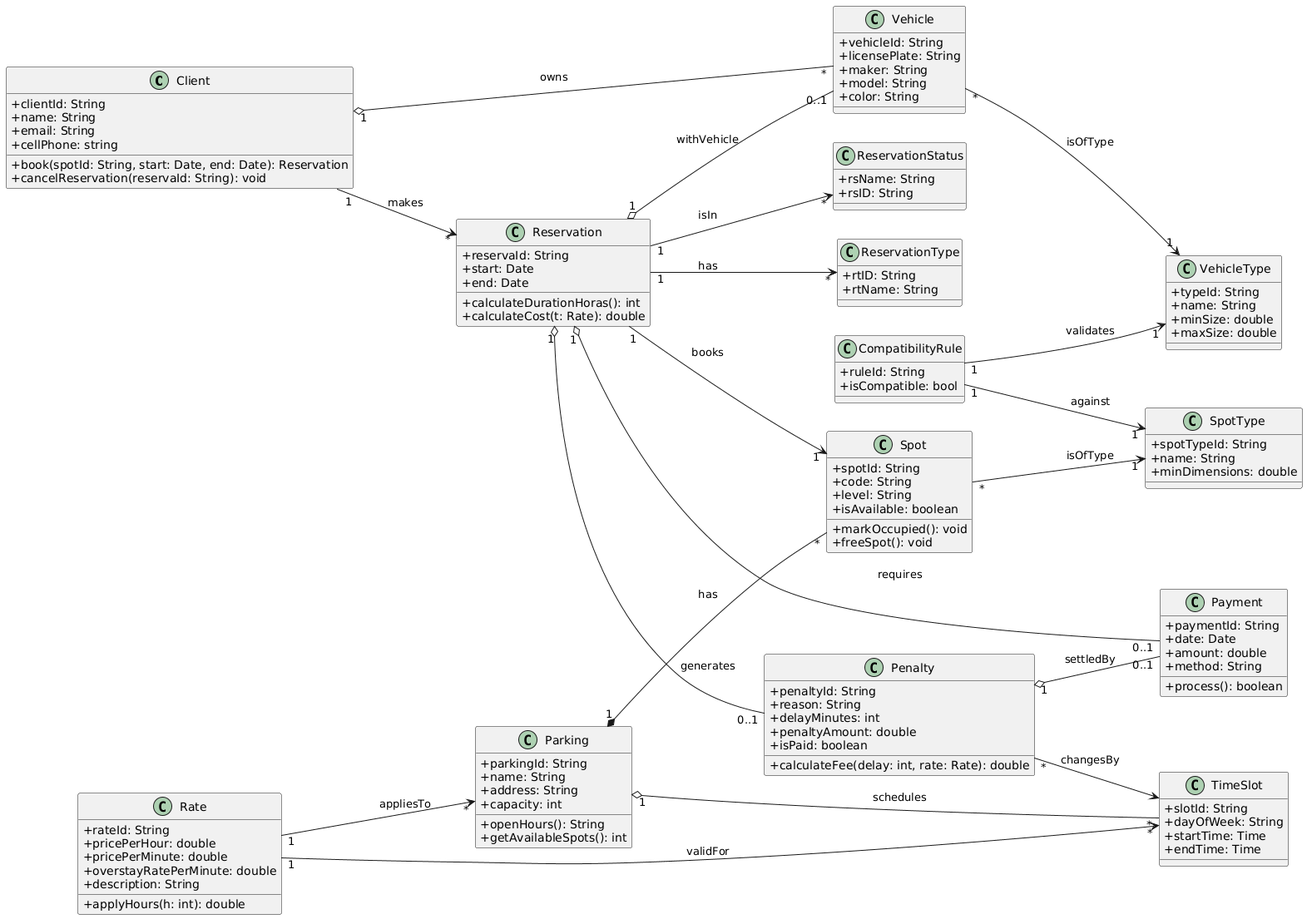
AlejoCarobolante/sistema-de-ventas-go keeps this PlantUML diagram as DC.png. Above is the earlier version.
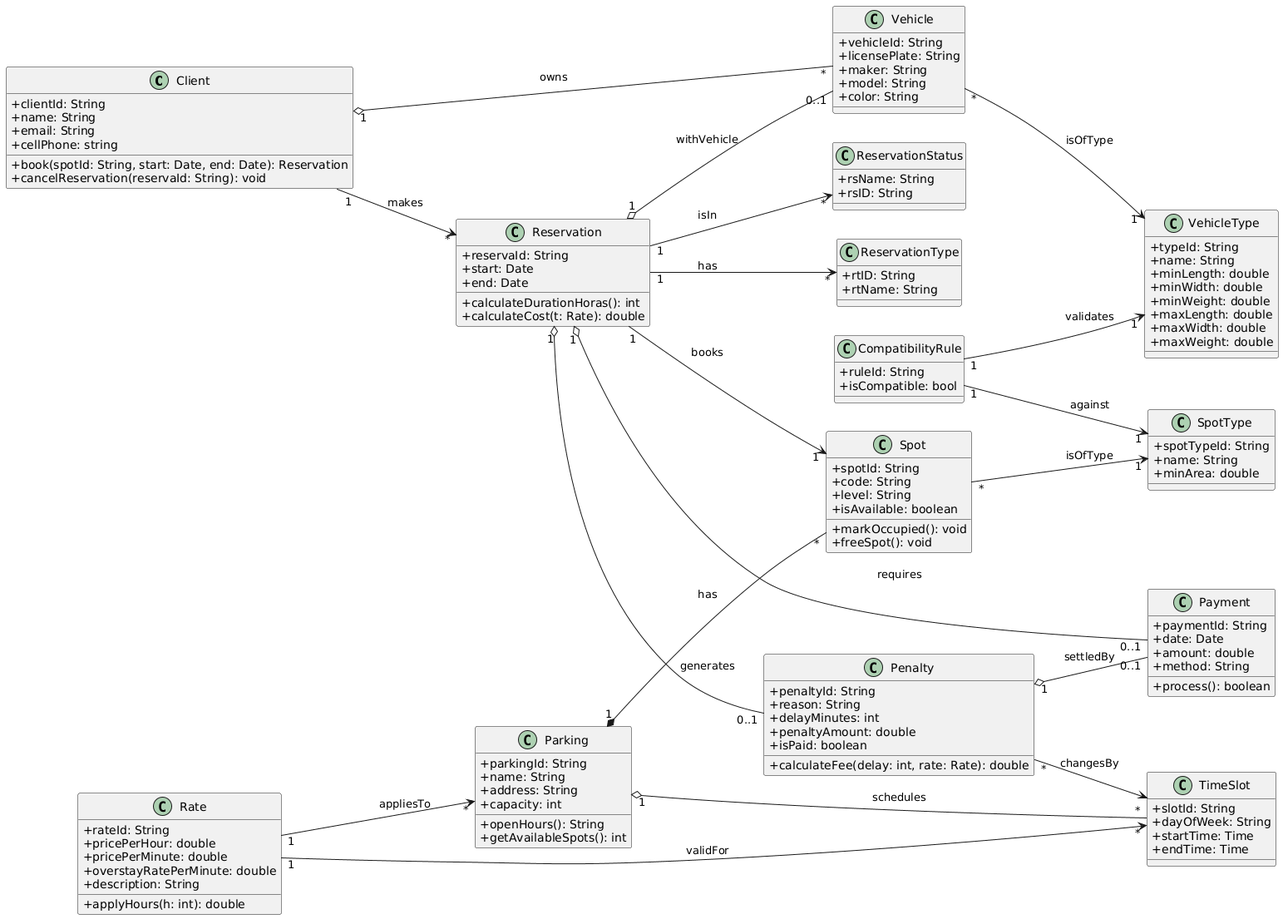
Later version of the same file.

Change to the diagram source:
```diff
@@ -82,14 +82,19 @@
 class VehicleType {
   + typeId: String
   + name: String
-  + minSize: double
-  + maxSize: double
+  + minLength: double
+  + minWidth: double
+  + minWeight: double
+  + maxLength: double
+  + maxWidth: double
+  + maxWeight: double
+
 }
 
 class SpotType {
   + spotTypeId: String
   + name: String
-  + minDimensions: double
+  + minArea: double
 }
 
 class CompatibilityRule {
```
